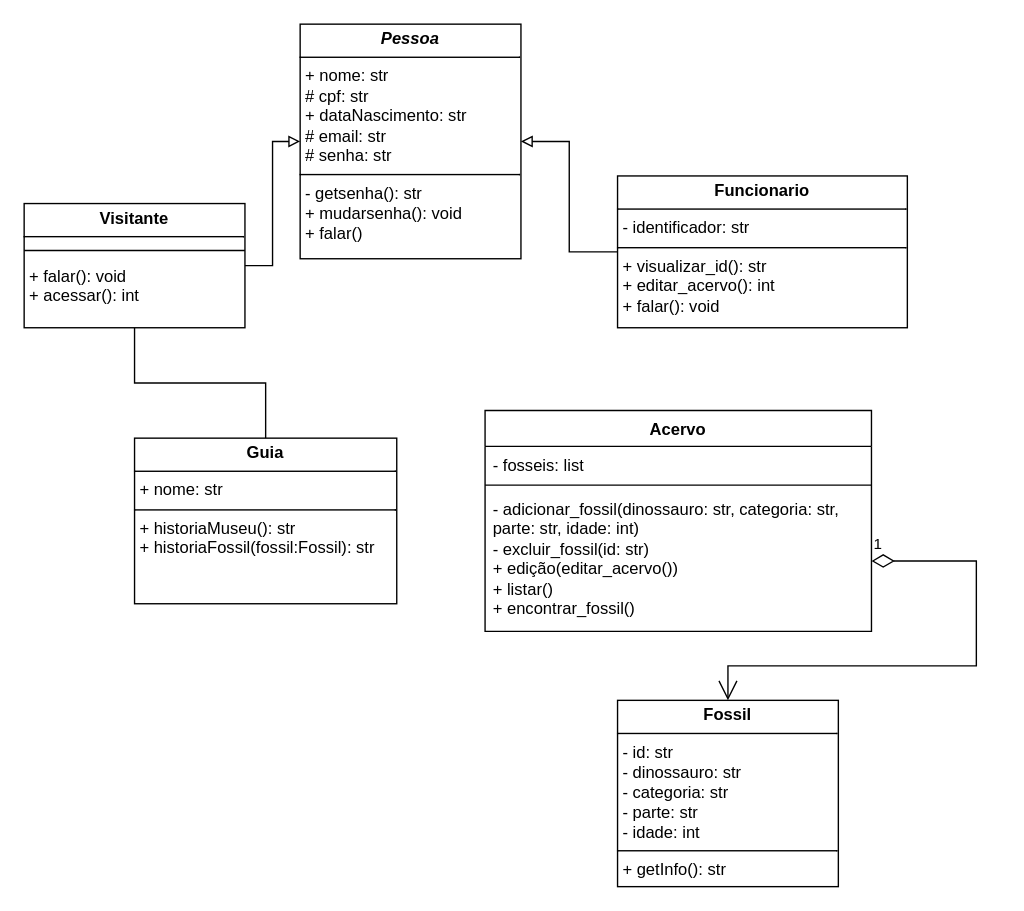
LeticiaMMorais/ProjetoMuseuDino keeps this draw.io diagram as diagramaMuseuDino.drawio. Above is the earlier version. Source tidied: cells renumbered, new cells numbered last; positions are measured from the earlier drawing's top-left corner, leaving out a move shared by most shapes. Both pictures are drawn from the tidied source at 138%, with x=0, y=0 at pixel (23, 23).
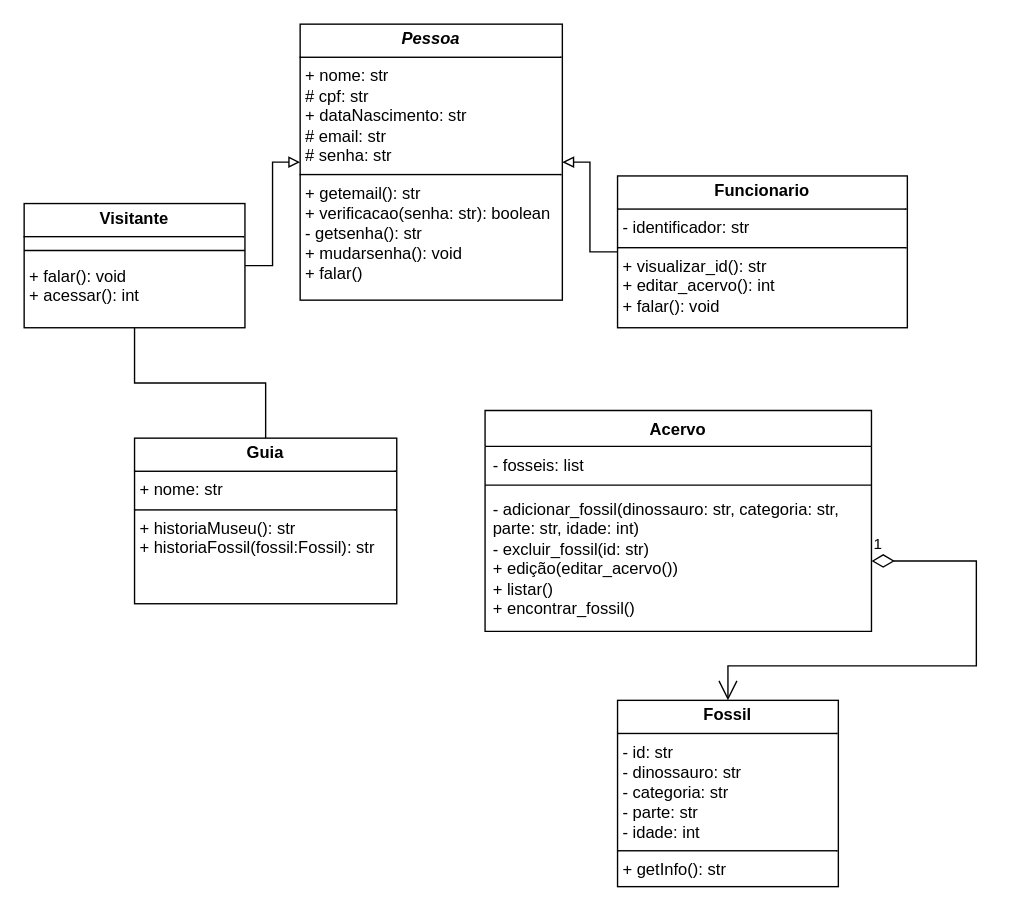
The same diagram, later.

Commit message:
atualizacao de novos métodos recém adicionados depois do main

Diff of the diagram source:
```diff
@@
 <mxGraphModel>
   <root>
     <mxCell id="0" />
     <mxCell id="1" parent="0" />
-    <mxCell id="2" value="&lt;p style=&quot;margin:0px;margin-top:4px;text-align:center;&quot;&gt;&lt;b&gt;&lt;i&gt;Pessoa&lt;/i&gt;&lt;/b&gt;&lt;/p&gt;&lt;hr size=&quot;1&quot; style=&quot;border-style:solid;&quot;&gt;&lt;p style=&quot;margin:0px;margin-left:4px;&quot;&gt;+ nome: str&lt;/p&gt;&lt;p style=&quot;margin:0px;margin-left:4px;&quot;&gt;# cpf: str&lt;/p&gt;&lt;p style=&quot;margin:0px;margin-left:4px;&quot;&gt;+ dataNascimento: str&lt;/p&gt;&lt;p style=&quot;margin:0px;margin-left:4px;&quot;&gt;# email: str&lt;/p&gt;&lt;p style=&quot;margin:0px;margin-left:4px;&quot;&gt;# senha: str&lt;/p&gt;&lt;hr size=&quot;1&quot; style=&quot;border-style:solid;&quot;&gt;&lt;p style=&quot;margin:0px;margin-left:4px;&quot;&gt;&lt;span style=&quot;background-color: initial;&quot;&gt;- getsenha(): str&lt;/span&gt;&lt;/p&gt;&lt;p style=&quot;margin:0px;margin-left:4px;&quot;&gt;&lt;span style=&quot;background-color: initial;&quot;&gt;+ mudarsenha(): void&lt;/span&gt;&lt;/p&gt;&lt;p style=&quot;margin:0px;margin-left:4px;&quot;&gt;+ falar()&lt;/p&gt;" style="verticalAlign=top;align=left;overflow=fill;html=1;whiteSpace=wrap;" parent="1" vertex="1">
-      <mxGeometry x="200" width="160" height="170" as="geometry" />
+    <mxCell id="2" value="&lt;p style=&quot;margin:0px;margin-top:4px;text-align:center;&quot;&gt;&lt;b&gt;&lt;i&gt;Pessoa&lt;/i&gt;&lt;/b&gt;&lt;/p&gt;&lt;hr size=&quot;1&quot; style=&quot;border-style:solid;&quot;&gt;&lt;p style=&quot;margin:0px;margin-left:4px;&quot;&gt;+ nome: str&lt;/p&gt;&lt;p style=&quot;margin:0px;margin-left:4px;&quot;&gt;# cpf: str&lt;/p&gt;&lt;p style=&quot;margin:0px;margin-left:4px;&quot;&gt;+ dataNascimento: str&lt;/p&gt;&lt;p style=&quot;margin:0px;margin-left:4px;&quot;&gt;# email: str&lt;/p&gt;&lt;p style=&quot;margin:0px;margin-left:4px;&quot;&gt;# senha: str&lt;/p&gt;&lt;hr size=&quot;1&quot; style=&quot;border-style:solid;&quot;&gt;&lt;p style=&quot;margin:0px;margin-left:4px;&quot;&gt;&lt;span style=&quot;background-color: initial;&quot;&gt;+ getemail(): str&lt;/span&gt;&lt;/p&gt;&lt;p style=&quot;margin:0px;margin-left:4px;&quot;&gt;&lt;span style=&quot;background-color: initial;&quot;&gt;+ verificacao(senha: str): boolean&lt;/span&gt;&lt;/p&gt;&lt;p style=&quot;margin:0px;margin-left:4px;&quot;&gt;&lt;span style=&quot;background-color: initial;&quot;&gt;- getsenha(): str&lt;/span&gt;&lt;/p&gt;&lt;p style=&quot;margin:0px;margin-left:4px;&quot;&gt;&lt;span style=&quot;background-color: initial;&quot;&gt;+ mudarsenha(): void&lt;/span&gt;&lt;/p&gt;&lt;p style=&quot;margin:0px;margin-left:4px;&quot;&gt;+ falar()&lt;/p&gt;" style="verticalAlign=top;align=left;overflow=fill;html=1;whiteSpace=wrap;" parent="1" vertex="1">
+      <mxGeometry x="200" width="190" height="200" as="geometry" />
     </mxCell>
     <mxCell id="3" style="edgeStyle=orthogonalEdgeStyle;rounded=0;jettySize=auto;html=1;endArrow=none;endFill=0;" parent="1" edge="1" source="4" target="7">
       <mxGeometry relative="1" as="geometry" />
     </mxCell>
     <mxCell id="4" value="&lt;p style=&quot;margin:0px;margin-top:4px;text-align:center;&quot;&gt;&lt;b&gt;Visitante&lt;/b&gt;&lt;/p&gt;&lt;hr size=&quot;1&quot; style=&quot;border-style:solid;&quot;&gt;&lt;p style=&quot;margin:0px;margin-left:4px;&quot;&gt;&lt;br&gt;&lt;/p&gt;&lt;p style=&quot;margin:0px;margin-left:4px;&quot;&gt;+ falar(): void&lt;/p&gt;&lt;p style=&quot;margin:0px;margin-left:4px;&quot;&gt;+ acessar(): int&lt;/p&gt;&lt;p style=&quot;margin:0px;margin-left:4px;&quot;&gt;&lt;br&gt;&lt;/p&gt;" style="verticalAlign=top;align=left;overflow=fill;html=1;whiteSpace=wrap;" parent="1" vertex="1">
       <mxGeometry y="130" width="160" height="90" as="geometry" />
     </mxCell>
     <mxCell id="5" style="edgeStyle=orthogonalEdgeStyle;rounded=0;jettySize=auto;html=1;endArrow=block;endFill=0;" parent="1" edge="1" source="6" target="2">
       <mxGeometry relative="1" as="geometry" />
     </mxCell>
     <mxCell id="6" value="&lt;p style=&quot;margin:0px;margin-top:4px;text-align:center;&quot;&gt;&lt;b&gt;Funcionario&lt;/b&gt;&lt;/p&gt;&lt;hr size=&quot;1&quot; style=&quot;border-style:solid;&quot;&gt;&lt;p style=&quot;margin:0px;margin-left:4px;&quot;&gt;- identificador: str&lt;/p&gt;&lt;hr size=&quot;1&quot; style=&quot;border-style:solid;&quot;&gt;&lt;p style=&quot;margin:0px;margin-left:4px;&quot;&gt;+ visualizar_id(): str&lt;/p&gt;&lt;p style=&quot;margin:0px;margin-left:4px;&quot;&gt;+ editar_acervo(): int&lt;/p&gt;&lt;p style=&quot;margin:0px;margin-left:4px;&quot;&gt;+ falar(): void&lt;/p&gt;" style="verticalAlign=top;align=left;overflow=fill;html=1;whiteSpace=wrap;" parent="1" vertex="1">
       <mxGeometry x="430" y="110" width="210" height="110" as="geometry" />
     </mxCell>
     <mxCell id="7" value="&lt;p style=&quot;margin:0px;margin-top:4px;text-align:center;&quot;&gt;&lt;b&gt;Guia&lt;/b&gt;&lt;/p&gt;&lt;hr size=&quot;1&quot; style=&quot;border-style:solid;&quot;&gt;&lt;p style=&quot;margin:0px;margin-left:4px;&quot;&gt;+ nome: str&lt;/p&gt;&lt;hr size=&quot;1&quot; style=&quot;border-style:solid;&quot;&gt;&lt;p style=&quot;margin:0px;margin-left:4px;&quot;&gt;+ historiaMuseu(): str&lt;/p&gt;&lt;p style=&quot;margin:0px;margin-left:4px;&quot;&gt;+ historiaFossil(fossil:Fossil): str&lt;/p&gt;" style="verticalAlign=top;align=left;overflow=fill;html=1;whiteSpace=wrap;" parent="1" vertex="1">
       <mxGeometry x="80" y="300" width="190" height="120" as="geometry" />
     </mxCell>
     <mxCell id="8" value="&lt;p style=&quot;margin:0px;margin-top:4px;text-align:center;&quot;&gt;&lt;b&gt;Fossil&lt;/b&gt;&lt;/p&gt;&lt;hr size=&quot;1&quot; style=&quot;border-style:solid;&quot;&gt;&lt;p style=&quot;margin:0px;margin-left:4px;&quot;&gt;- id: str&lt;/p&gt;&lt;p style=&quot;margin:0px;margin-left:4px;&quot;&gt;- dinossauro: str&lt;/p&gt;&lt;p style=&quot;margin:0px;margin-left:4px;&quot;&gt;- categoria: str&lt;/p&gt;&lt;p style=&quot;margin:0px;margin-left:4px;&quot;&gt;- parte: str&lt;/p&gt;&lt;p style=&quot;margin:0px;margin-left:4px;&quot;&gt;- idade: int&lt;/p&gt;&lt;hr size=&quot;1&quot; style=&quot;border-style:solid;&quot;&gt;&lt;p style=&quot;margin:0px;margin-left:4px;&quot;&gt;+ getInfo(): str&lt;/p&gt;" style="verticalAlign=top;align=left;overflow=fill;html=1;whiteSpace=wrap;" parent="1" vertex="1">
       <mxGeometry x="430" y="490" width="160" height="135" as="geometry" />
     </mxCell>
     <mxCell id="9" value="Acervo" style="swimlane;fontStyle=1;align=center;verticalAlign=top;horizontal=1;startSize=26;whiteSpace=wrap;html=1;" parent="1" vertex="1">
       <mxGeometry x="334" y="280" width="280" height="160" as="geometry" />
     </mxCell>
     <mxCell id="10" value="&lt;div&gt;&lt;span style=&quot;background-color: initial;&quot;&gt;- fosseis: list&lt;/span&gt;&lt;/div&gt;&lt;div&gt;&lt;span style=&quot;background-color: initial;&quot;&gt;&lt;br&gt;&lt;/span&gt;&lt;/div&gt;&lt;div&gt;&lt;span style=&quot;background-color: initial;&quot;&gt;&lt;br&gt;&lt;/span&gt;&lt;/div&gt;" style="text;strokeColor=none;fillColor=none;align=left;verticalAlign=top;spacingLeft=4;spacingRight=4;overflow=hidden;whiteSpace=wrap;html=1;" parent="9" vertex="1">
       <mxGeometry y="26" width="280" height="24" as="geometry" />
     </mxCell>
     <mxCell id="11" style="line;strokeWidth=1;fillColor=none;align=left;verticalAlign=middle;spacingTop=-1;spacingLeft=3;spacingRight=3;labelPosition=right;strokeColor=inherit;" parent="9" vertex="1">
       <mxGeometry y="50" width="280" height="8" as="geometry" />
     </mxCell>
     <mxCell id="12" value="- adicionar_fossil(dinossauro: str, categoria: str, parte: str, idade: int)&lt;div&gt;- excluir_fossil(id: str)&lt;/div&gt;&lt;div&gt;+ edição(editar_acervo())&lt;/div&gt;&lt;div&gt;+ listar()&lt;/div&gt;&lt;div&gt;+ encontrar_fossil()&lt;/div&gt;&lt;div&gt;&lt;br&gt;&lt;/div&gt;&lt;div&gt;&lt;br&gt;&lt;/div&gt;" style="text;strokeColor=none;fillColor=none;align=left;verticalAlign=top;spacingLeft=4;spacingRight=4;overflow=hidden;points=[[0,0.5],[1,0.5]];portConstraint=eastwest;whiteSpace=wrap;html=1;" parent="9" vertex="1">
       <mxGeometry y="58" width="280" height="102" as="geometry" />
     </mxCell>
     <mxCell id="13" style="edgeStyle=orthogonalEdgeStyle;rounded=0;jettySize=auto;html=1;endArrow=block;endFill=0;" parent="1" edge="1" source="4" target="2">
       <mxGeometry relative="1" as="geometry" />
     </mxCell>
     <mxCell id="14" style="line;strokeWidth=1;fillColor=none;align=left;verticalAlign=middle;spacingTop=-1;spacingLeft=3;spacingRight=3;labelPosition=right;strokeColor=inherit;" parent="1" vertex="1">
       <mxGeometry y="160" width="160" height="8" as="geometry" />
     </mxCell>
     <mxCell id="15" value="1" style="endArrow=open;html=1;endSize=12;startArrow=diamondThin;startSize=14;startFill=0;edgeStyle=orthogonalEdgeStyle;align=left;verticalAlign=bottom;rounded=0;" parent="1" edge="1" source="12" target="8">
       <mxGeometry x="-1" y="3" relative="1" as="geometry">
         <Array as="points">
           <mxPoint x="690" y="389" />
           <mxPoint x="690" y="465" />
           <mxPoint x="510" y="465" />
         </Array>
       </mxGeometry>
     </mxCell>
   </root>
 </mxGraphModel>
```
